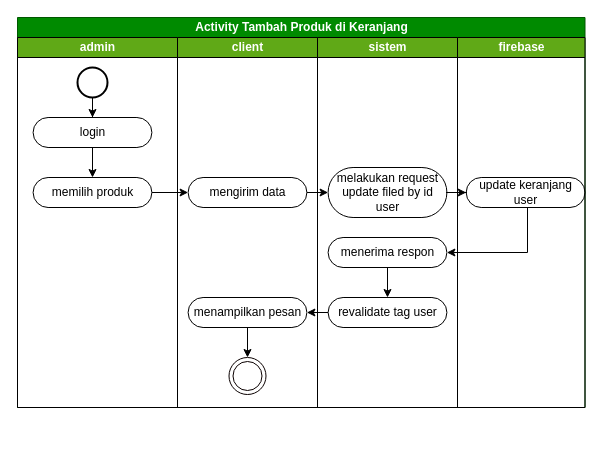
This is page "tambah keranjang" (37 of 43) of skrpsian.drawio from ThikerXCX/umltoko, a draw.io file, before an edit. Source tidied: cells renumbered, new cells numbered last; positions are measured from the earlier drawing's top-left corner, leaving out a move shared by most shapes. Both pictures are drawn from the tidied source at 100%, with x=0, y=0 at pixel (17, 17).
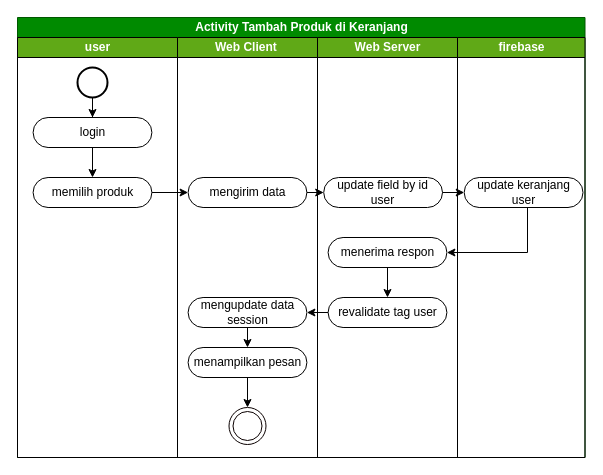
After the change.

The change refers to these unchanged cells:
```xml
<mxCell id="10" value="mengirim data" style="rounded=1;whiteSpace=wrap;html=1;arcSize=50;fillColor=none;" parent="9" vertex="1">
  <mxGeometry x="10.6" y="140" width="118.8" height="30" as="geometry" />
</mxCell>
<mxCell id="17" value="menerima respon" style="rounded=1;whiteSpace=wrap;html=1;arcSize=50;fillColor=none;" parent="14" vertex="1">
  <mxGeometry x="10.6" y="200" width="118.8" height="30" as="geometry" />
</mxCell>
<mxCell id="18" value="revalidate tag user" style="rounded=1;whiteSpace=wrap;html=1;arcSize=50;fillColor=none;" parent="14" vertex="1">
  <mxGeometry x="10.6" y="260" width="118.8" height="30" as="geometry" />
</mxCell>
```

The edit, as a diff of the source:
```diff
@@
     <mxCell id="2" value="Activity Tambah Produk di Keranjang" style="swimlane;startSize=20;html=1;fillColor=#008a00;fontColor=#ffffff;strokeColor=#005700;" parent="1" vertex="1">
-      <mxGeometry width="567.5" height="390" as="geometry" />
+      <mxGeometry width="567.5" height="440" as="geometry" />
     </mxCell>
-    <mxCell id="3" value="admin" style="swimlane;startSize=20;html=1;fillColor=#60a917;fontColor=#ffffff;strokeColor=#000000;" parent="2" vertex="1">
-      <mxGeometry y="20" width="160" height="370" as="geometry" />
+    <mxCell id="3" value="user" style="swimlane;startSize=20;html=1;fillColor=#60a917;fontColor=#ffffff;strokeColor=#000000;" parent="2" vertex="1">
+      <mxGeometry y="20" width="160" height="420" as="geometry" />
     </mxCell>
@@
-    <mxCell id="9" value="client" style="swimlane;startSize=20;html=1;fillColor=#60a917;fontColor=#ffffff;strokeColor=#000000;" parent="2" vertex="1">
-      <mxGeometry x="160" y="20" width="140" height="370" as="geometry" />
+    <mxCell id="9" value="Web Client&amp;nbsp;" style="swimlane;startSize=20;html=1;fillColor=#60a917;fontColor=#ffffff;strokeColor=#000000;" parent="2" vertex="1">
+      <mxGeometry x="160" y="20" width="140" height="420" as="geometry" />
     </mxCell>
@@
     <mxCell id="12" value="menampilkan pesan" style="rounded=1;whiteSpace=wrap;html=1;arcSize=50;fillColor=none;" parent="9" vertex="1">
-      <mxGeometry x="10.6" y="260" width="118.8" height="30" as="geometry" />
+      <mxGeometry x="10.6" y="310" width="118.8" height="30" as="geometry" />
     </mxCell>
     <mxCell id="13" style="ellipse;html=1;shape=endState;fillColor=none;strokeColor=#0A0000;" parent="9" vertex="1">
-      <mxGeometry x="51.5" y="320" width="37" height="37" as="geometry" />
+      <mxGeometry x="51.5" y="370" width="37" height="37" as="geometry" />
     </mxCell>
+    <mxCell id="26" style="edgeStyle=orthogonalEdgeStyle;rounded=0;jettySize=auto;html=1;" parent="9" edge="1" source="27">
+      <mxGeometry relative="1" as="geometry">
+        <mxPoint x="70" y="310" as="targetPoint" />
+      </mxGeometry>
+    </mxCell>
+    <mxCell id="27" value="mengupdate data session" style="rounded=1;whiteSpace=wrap;html=1;arcSize=50;fillColor=none;" parent="9" vertex="1">
+      <mxGeometry x="10.6" y="260" width="118.8" height="30" as="geometry" />
+    </mxCell>
+    <mxCell id="28" style="edgeStyle=orthogonalEdgeStyle;rounded=0;orthogonalLoop=1;jettySize=auto;html=1;" parent="9" edge="1">
+      <mxGeometry relative="1" as="geometry">
+        <mxPoint x="70" y="250" as="targetPoint" />
+      </mxGeometry>
+    </mxCell>
+    <mxCell id="29" style="edgeStyle=orthogonalEdgeStyle;rounded=0;orthogonalLoop=1;jettySize=auto;html=1;fillColor=#dae8fc;strokeColor=#6c8ebf;" parent="9" edge="1">
+      <mxGeometry relative="1" as="geometry">
+        <mxPoint x="70" y="320" as="targetPoint" />
+      </mxGeometry>
+    </mxCell>
+    <mxCell id="30" value="ada" style="edgeLabel;html=1;align=center;verticalAlign=middle;" parent="29" vertex="1">
+      <mxGeometry x="0.32" y="1" relative="1" as="geometry" />
+    </mxCell>
-    <mxCell id="14" value="sistem" style="swimlane;startSize=20;html=1;fillColor=#60a917;fontColor=#ffffff;strokeColor=#000000;" parent="2" vertex="1">
-      <mxGeometry x="300" y="20" width="140" height="370" as="geometry" />
+    <mxCell id="14" value="Web Server" style="swimlane;startSize=20;html=1;fillColor=#60a917;fontColor=#ffffff;strokeColor=#000000;" parent="2" vertex="1">
+      <mxGeometry x="300" y="20" width="140" height="420" as="geometry" />
     </mxCell>
-    <mxCell id="15" value="melakukan request update filed by id user" style="rounded=1;whiteSpace=wrap;html=1;arcSize=50;fillColor=none;" parent="14" vertex="1">
-      <mxGeometry x="10.6" y="130" width="118.8" height="50" as="geometry" />
+    <mxCell id="15" value="update field by id user" style="rounded=1;whiteSpace=wrap;html=1;arcSize=50;fillColor=none;" parent="14" vertex="1">
+      <mxGeometry x="6.2" y="140" width="118.8" height="30" as="geometry" />
     </mxCell>
-    <mxCell id="16" style="edgeStyle=orthogonalEdgeStyle;rounded=0;jettySize=auto;html=1;" parent="14" edge="1" source="17" target="18">
-      <mxGeometry relative="1" as="geometry" />
-    </mxCell>
+    <mxCell id="31" style="edgeStyle=orthogonalEdgeStyle;rounded=0;orthogonalLoop=1;jettySize=auto;html=1;" parent="14" edge="1">
+      <mxGeometry relative="1" as="geometry">
+        <mxPoint x="70" y="230" as="sourcePoint" />
+        <mxPoint x="70" y="260" as="targetPoint" />
+      </mxGeometry>
+    </mxCell>
@@
     <mxCell id="19" value="firebase" style="swimlane;startSize=20;html=1;fillColor=#60a917;fontColor=#ffffff;strokeColor=#000000;" parent="2" vertex="1">
-      <mxGeometry x="440" y="20" width="127.5" height="370" as="geometry" />
+      <mxGeometry x="440" y="20" width="127.5" height="420" as="geometry" />
     </mxCell>
     <mxCell id="20" value="update keranjang user" style="rounded=1;whiteSpace=wrap;html=1;arcSize=50;fillColor=none;" parent="19" vertex="1">
-      <mxGeometry x="8.7" y="140" width="118.8" height="30" as="geometry" />
+      <mxGeometry x="6.7" y="140" width="118.8" height="30" as="geometry" />
     </mxCell>
@@
-    <mxCell id="22" style="edgeStyle=orthogonalEdgeStyle;rounded=0;jettySize=auto;html=1;" parent="2" edge="1" source="10" target="15">
-      <mxGeometry relative="1" as="geometry" />
-    </mxCell>
@@
-    <mxCell id="24" style="edgeStyle=orthogonalEdgeStyle;rounded=0;jettySize=auto;html=1;entryX=1;entryY=0.5;entryDx=0;entryDy=0;" parent="2" edge="1" source="20" target="17">
+    <mxCell id="24" style="edgeStyle=orthogonalEdgeStyle;rounded=0;jettySize=auto;html=1;entryX=1;entryY=0.5;entryDx=0;entryDy=0;" parent="2" edge="1" source="20">
       <mxGeometry relative="1" as="geometry">
+        <mxPoint x="429.4" y="235" as="targetPoint" />
         <Array as="points">
           <mxPoint x="510" y="235" />
         </Array>
       </mxGeometry>
     </mxCell>
-    <mxCell id="25" style="edgeStyle=orthogonalEdgeStyle;rounded=0;jettySize=auto;html=1;" parent="2" edge="1" source="18" target="12">
-      <mxGeometry relative="1" as="geometry" />
+    <mxCell id="25" style="edgeStyle=orthogonalEdgeStyle;rounded=0;jettySize=auto;html=1;entryX=1;entryY=0.5;entryDx=0;entryDy=0;" parent="2" edge="1" target="27">
+      <mxGeometry relative="1" as="geometry">
+        <mxPoint x="310.6" y="295" as="sourcePoint" />
+      </mxGeometry>
     </mxCell>
+    <mxCell id="22" style="rounded=0;jettySize=auto;html=1;" parent="2" edge="1" source="10" target="15">
+      <mxGeometry relative="1" as="geometry" />
+    </mxCell>
```
